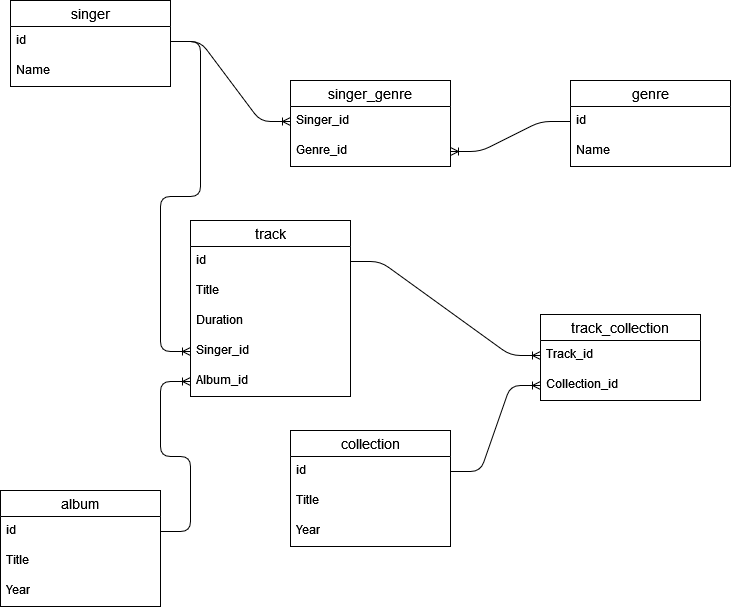
This is HW3.drawio.png from arhandreu/Postgre, a draw.io export, as it was before one commit. Source tidied: cells renumbered, new cells last; positions are measured from the earlier drawing's top-left corner, leaving out a move shared by most shapes.
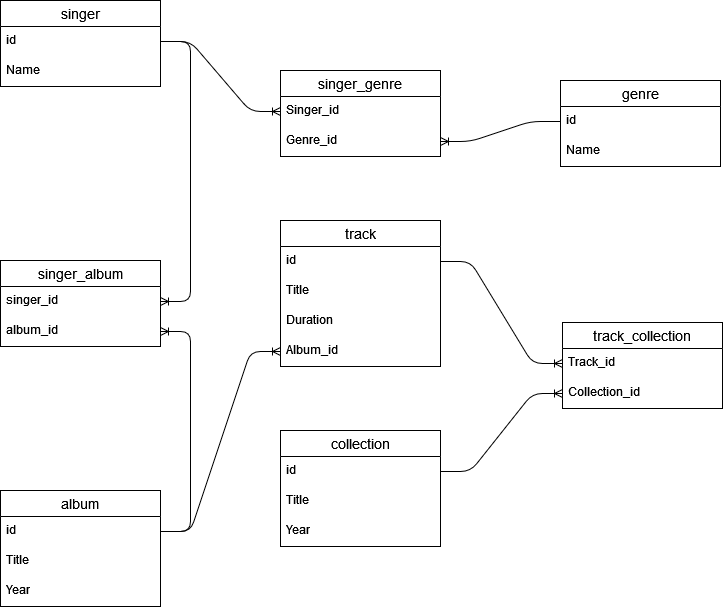
Above is the later version.

Change to the diagram source:
```diff
@@ -21,7 +21,7 @@
       <mxGeometry y="56" width="160" height="30" as="geometry" />
     </mxCell>
     <mxCell id="8" value="album" style="swimlane;fontStyle=0;horizontal=1;startSize=26;align=center;fontSize=14;" parent="1" vertex="1">
-      <mxGeometry y="490" width="160" height="116" as="geometry" />
+      <mxGeometry x="10" y="490" width="160" height="116" as="geometry" />
     </mxCell>
     <mxCell id="9" value="id" style="text;strokeColor=none;fillColor=none;spacingLeft=4;spacingRight=4;overflow=hidden;points=[[0,0.5],[1,0.5]];portConstraint=eastwest;fontSize=12;" parent="8" vertex="1">
       <mxGeometry y="26" width="160" height="30" as="geometry" />
@@ -33,7 +33,7 @@
       <mxGeometry y="86" width="160" height="30" as="geometry" />
     </mxCell>
     <mxCell id="12" value="track" style="swimlane;fontStyle=0;horizontal=1;startSize=26;align=center;fontSize=14;" parent="1" vertex="1">
-      <mxGeometry x="190" y="220" width="160" height="176" as="geometry" />
+      <mxGeometry x="290" y="220" width="160" height="146" as="geometry" />
     </mxCell>
     <mxCell id="13" value="id    " style="text;strokeColor=none;fillColor=none;spacingLeft=4;spacingRight=4;overflow=hidden;points=[[0,0.5],[1,0.5]];portConstraint=eastwest;fontSize=12;" parent="12" vertex="1">
       <mxGeometry y="26" width="160" height="30" as="geometry" />
@@ -44,11 +44,8 @@
     <mxCell id="15" value="Duration" style="text;strokeColor=none;fillColor=none;spacingLeft=4;spacingRight=4;overflow=hidden;fontSize=12;" parent="12" vertex="1">
       <mxGeometry y="86" width="160" height="30" as="geometry" />
     </mxCell>
-    <mxCell id="16" value="Singer_id" style="text;strokeColor=none;fillColor=none;spacingLeft=4;spacingRight=4;overflow=hidden;points=[[0,0.5],[1,0.5]];portConstraint=eastwest;fontSize=12;" parent="12" vertex="1">
-      <mxGeometry y="116" width="160" height="30" as="geometry" />
-    </mxCell>
     <mxCell id="17" value="Album_id" style="text;strokeColor=none;fillColor=none;spacingLeft=4;spacingRight=4;overflow=hidden;points=[[0,0.5],[1,0.5]];portConstraint=eastwest;fontSize=12;" parent="12" vertex="1">
-      <mxGeometry y="146" width="160" height="30" as="geometry" />
+      <mxGeometry y="116" width="160" height="30" as="geometry" />
     </mxCell>
     <mxCell id="18" value="collection" style="swimlane;fontStyle=0;horizontal=1;startSize=26;align=center;fontSize=14;" parent="1" vertex="1">
       <mxGeometry x="290" y="430" width="160" height="116" as="geometry" />
@@ -63,7 +60,7 @@
       <mxGeometry y="86" width="160" height="30" as="geometry" />
     </mxCell>
     <mxCell id="22" value="singer_genre" style="swimlane;fontStyle=0;horizontal=1;startSize=26;align=center;fontSize=14;" parent="1" vertex="1">
-      <mxGeometry x="290" y="80" width="160" height="86" as="geometry" />
+      <mxGeometry x="290" y="70" width="160" height="86" as="geometry" />
     </mxCell>
     <mxCell id="23" value="Singer_id" style="text;strokeColor=none;fillColor=none;spacingLeft=4;spacingRight=4;overflow=hidden;points=[[0,0.5],[1,0.5]];portConstraint=eastwest;fontSize=12;" parent="22" vertex="1">
       <mxGeometry y="26" width="160" height="30" as="geometry" />
@@ -77,14 +74,8 @@
     <mxCell id="26" style="edgeStyle=entityRelationEdgeStyle;jettySize=auto;html=1;entryX=1;entryY=0.5;entryDx=0;entryDy=0;fontSize=12;endArrow=ERoneToMany;" parent="1" edge="1" source="6" target="24">
       <mxGeometry relative="1" as="geometry" />
     </mxCell>
-    <mxCell id="27" style="edgeStyle=entityRelationEdgeStyle;jettySize=auto;html=1;fontSize=12;endArrow=ERoneToMany;" parent="1" edge="1" source="3" target="16">
-      <mxGeometry relative="1" as="geometry" />
-    </mxCell>
-    <mxCell id="28" style="edgeStyle=entityRelationEdgeStyle;jettySize=auto;html=1;fontSize=12;endArrow=ERoneToMany;" parent="1" edge="1" source="9" target="17">
-      <mxGeometry relative="1" as="geometry" />
-    </mxCell>
     <mxCell id="29" value="track_collection" style="swimlane;fontStyle=0;horizontal=1;startSize=26;align=center;fontSize=14;" parent="1" vertex="1">
-      <mxGeometry x="540" y="314" width="160" height="86" as="geometry" />
+      <mxGeometry x="572" y="322" width="160" height="86" as="geometry" />
     </mxCell>
     <mxCell id="30" value="Track_id" style="text;strokeColor=none;fillColor=none;spacingLeft=4;spacingRight=4;overflow=hidden;points=[[0,0.5],[1,0.5]];portConstraint=eastwest;fontSize=12;" parent="29" vertex="1">
       <mxGeometry y="26" width="160" height="30" as="geometry" />
@@ -98,5 +89,23 @@
     <mxCell id="33" style="edgeStyle=entityRelationEdgeStyle;jettySize=auto;html=1;fontSize=12;endArrow=ERoneToMany;entryX=0;entryY=0.5;entryDx=0;entryDy=0;" parent="1" edge="1" source="19" target="31">
       <mxGeometry relative="1" as="geometry" />
     </mxCell>
+    <mxCell id="34" value="singer_album" style="swimlane;fontStyle=0;horizontal=1;startSize=26;align=center;fontSize=14;" parent="1" vertex="1">
+      <mxGeometry x="10" y="260" width="160" height="86" as="geometry" />
+    </mxCell>
+    <mxCell id="35" value="singer_id" style="text;strokeColor=none;fillColor=none;spacingLeft=4;spacingRight=4;overflow=hidden;points=[[0,0.5],[1,0.5]];portConstraint=eastwest;fontSize=12;" parent="34" vertex="1">
+      <mxGeometry y="26" width="160" height="30" as="geometry" />
+    </mxCell>
+    <mxCell id="36" value="album_id" style="text;strokeColor=none;fillColor=none;spacingLeft=4;spacingRight=4;overflow=hidden;points=[[0,0.5],[1,0.5]];portConstraint=eastwest;fontSize=12;" parent="34" vertex="1">
+      <mxGeometry y="56" width="160" height="30" as="geometry" />
+    </mxCell>
+    <mxCell id="37" style="edgeStyle=entityRelationEdgeStyle;fontSize=12;html=1;endArrow=ERoneToMany;" parent="1" edge="1" source="3" target="35">
+      <mxGeometry relative="1" as="geometry" />
+    </mxCell>
+    <mxCell id="38" style="edgeStyle=entityRelationEdgeStyle;fontSize=12;html=1;endArrow=ERoneToMany;" parent="1" edge="1" source="9" target="36">
+      <mxGeometry relative="1" as="geometry" />
+    </mxCell>
+    <mxCell id="28" style="edgeStyle=entityRelationEdgeStyle;fontSize=12;html=1;endArrow=ERoneToMany;" parent="1" edge="1" source="9" target="17">
+      <mxGeometry relative="1" as="geometry" />
+    </mxCell>
   </root>
 </mxGraphModel>
```
